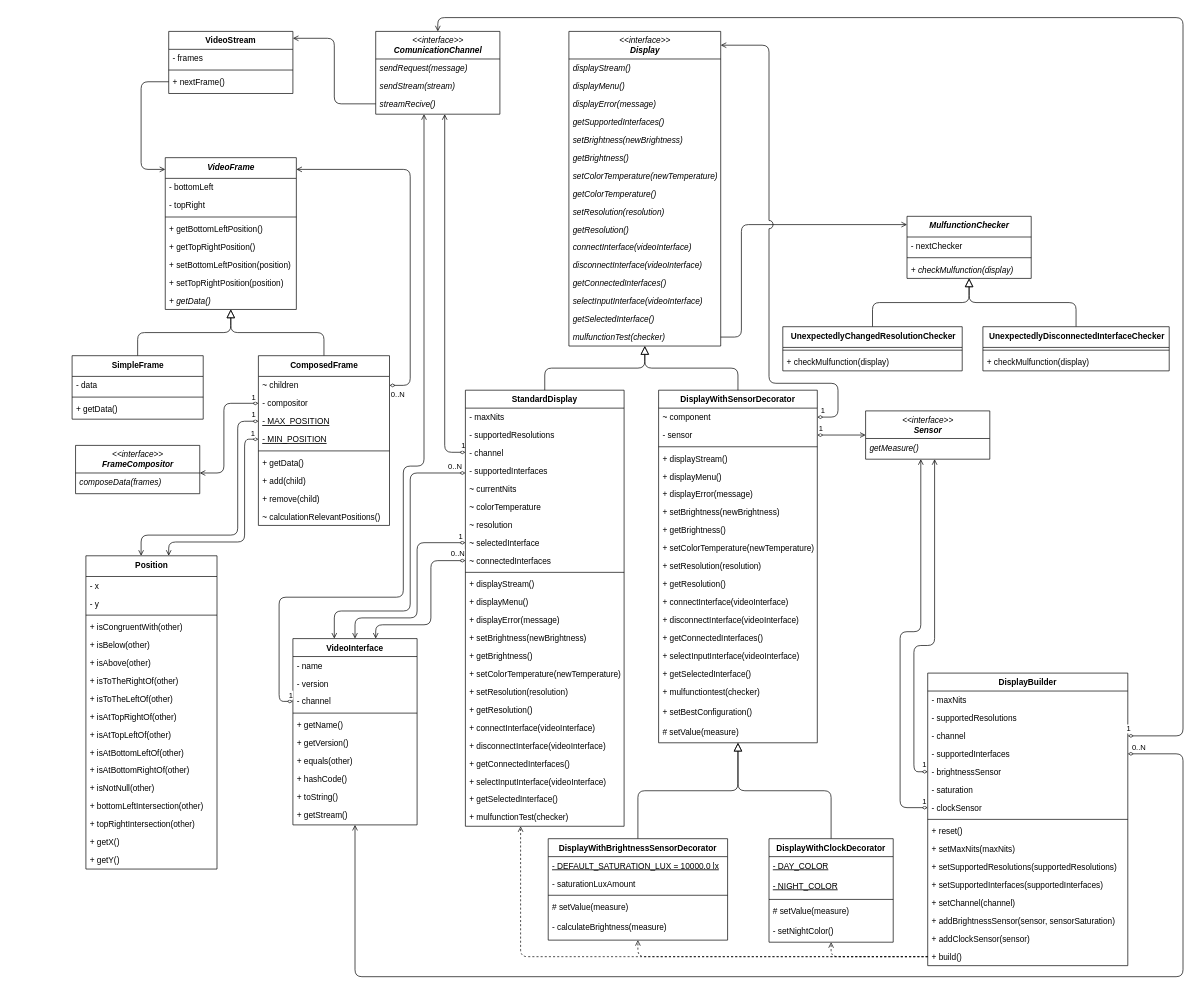
Above: page "NoTypes" (1 of 2) of relazione/diagramma/ClassDiagramm.drawio in dichohnf/mp_2023-24 (draw.io), before the change. Source tidied: cells renumbered, new cells numbered last; positions are measured from the earlier drawing's top-left corner, leaving out a move shared by most shapes. Both pictures are drawn from the tidied source at 69%, with x=0, y=0 at pixel (72, 17).
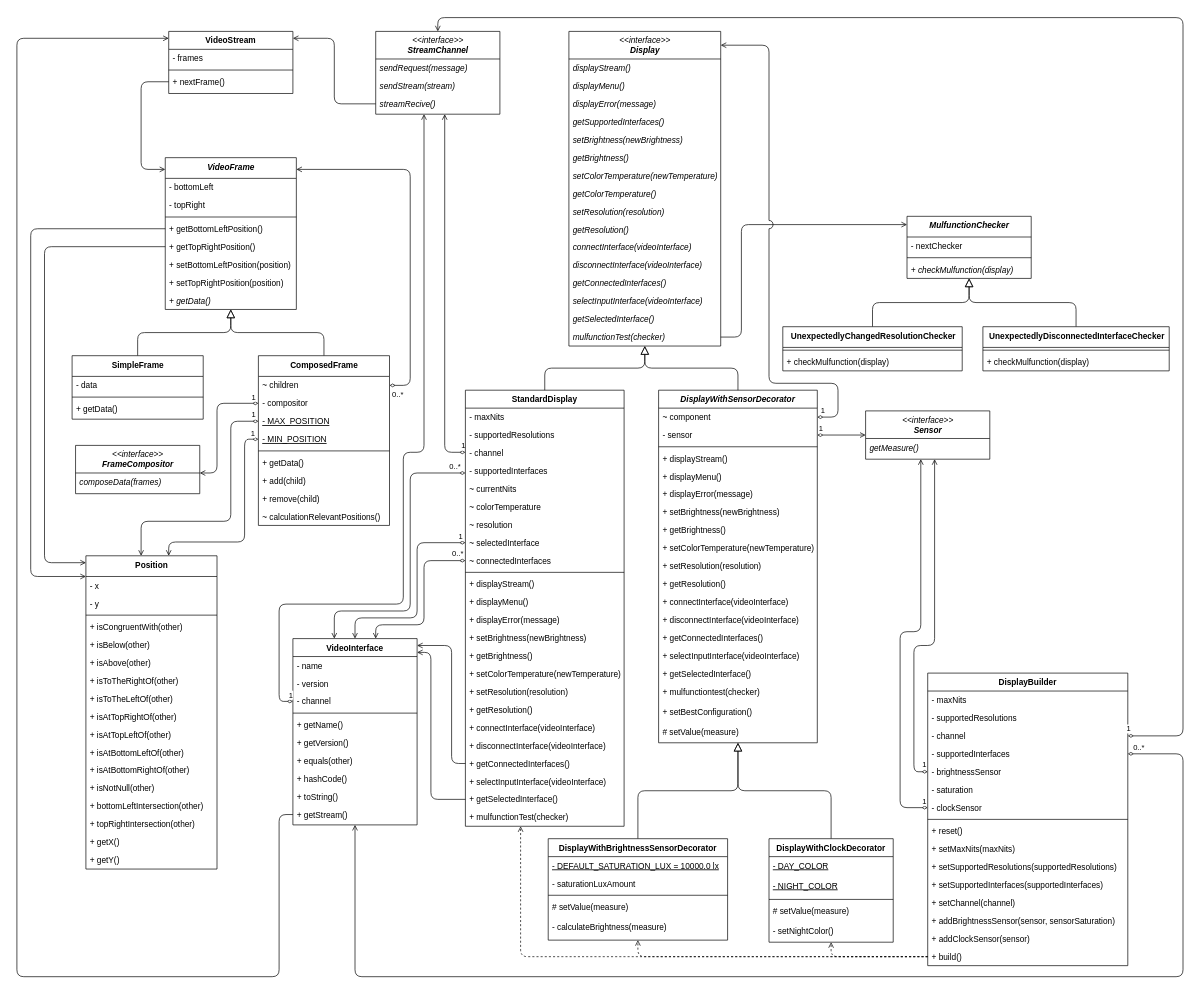
The same diagram, later.

The change refers to these unchanged cells:
```xml
<mxCell id="30" value="~ connectedInterfaces" style="text;align=left;verticalAlign=top;spacingLeft=4;spacingRight=4;overflow=hidden;points=[[0,0.5],[1,0.5]];portConstraint=eastwest;" parent="21" vertex="1">
  <mxGeometry y="234" width="230" height="26" as="geometry" />
</mxCell>
<mxCell id="42" value="+ getConnectedInterfaces()" style="text;align=left;verticalAlign=top;spacingLeft=4;spacingRight=4;overflow=hidden;points=[[0,0.5],[1,0.5]];portConstraint=eastwest;fontStyle=0;" parent="21" vertex="1">
  <mxGeometry y="528" width="230" height="26" as="geometry" />
</mxCell>
<mxCell id="44" value="+ getSelectedInterface()" style="text;align=left;verticalAlign=top;spacingLeft=4;spacingRight=4;overflow=hidden;points=[[0,0.5],[1,0.5]];portConstraint=eastwest;fontStyle=0;" parent="21" vertex="1">
  <mxGeometry y="580" width="230" height="26" as="geometry" />
</mxCell>
<mxCell id="114" value="VideoInterface" style="swimlane;fontStyle=1;align=center;verticalAlign=top;horizontal=1;startSize=26;rounded=0;shadow=0;strokeWidth=1;" parent="1" vertex="1">
  <mxGeometry x="320" y="900" width="180" height="270" as="geometry" />
</mxCell>
<mxCell id="117" value="- channel" style="text;align=left;verticalAlign=top;spacingLeft=4;spacingRight=4;overflow=hidden;points=[[0,0.5],[1,0.5]];portConstraint=eastwest;" parent="114" vertex="1">
  <mxGeometry y="78" width="180" height="26" as="geometry" />
</mxCell>
<mxCell id="124" value="+ getStream()" style="text;align=left;verticalAlign=top;spacingLeft=4;spacingRight=4;overflow=hidden;points=[[0,0.5],[1,0.5]];portConstraint=eastwest;fontStyle=0;" parent="114" vertex="1">
  <mxGeometry y="242" width="180" height="26" as="geometry" />
</mxCell>
<mxCell id="125" style="edgeStyle=orthogonalEdgeStyle;shape=connector;rounded=1;jettySize=auto;elbow=vertical;html=1;shadow=0;strokeColor=default;strokeWidth=1;align=center;verticalAlign=middle;fontFamily=Helvetica;fontSize=11;fontColor=default;labelBackgroundColor=default;startArrow=diamondThin;startFill=0;endArrow=open;endFill=0;endSize=6;curved=0;" parent="1" edge="1" source="25" target="114">
  <mxGeometry relative="1" as="geometry">
    <Array as="points">
      <mxPoint x="490" y="660" />
      <mxPoint x="490" y="860" />
      <mxPoint x="380" y="860" />
    </Array>
  </mxGeometry>
</mxCell>
<mxCell id="131" style="edgeStyle=orthogonalEdgeStyle;shape=connector;curved=0;rounded=1;jettySize=auto;html=1;shadow=0;strokeColor=default;strokeWidth=1;align=center;verticalAlign=middle;fontFamily=Helvetica;fontSize=11;fontColor=default;labelBackgroundColor=default;elbow=vertical;startArrow=diamondThin;startFill=0;endArrow=open;endFill=0;endSize=6;" parent="1" edge="1" source="95" target="114">
  <mxGeometry relative="1" as="geometry">
    <Array as="points">
      <mxPoint x="1610" y="1067" />
      <mxPoint x="1610" y="1390" />
      <mxPoint x="410" y="1390" />
    </Array>
  </mxGeometry>
</mxCell>
<mxCell id="153" value="VideoStream" style="swimlane;fontStyle=1;align=center;verticalAlign=top;horizontal=1;startSize=26;rounded=0;shadow=0;strokeWidth=1;" parent="1" vertex="1">
  <mxGeometry x="140" y="20" width="180" height="90" as="geometry" />
</mxCell>
<mxCell id="161" value="+ getBottomLeftPosition()" style="text;align=left;verticalAlign=top;spacingLeft=4;spacingRight=4;overflow=hidden;points=[[0,0.5],[1,0.5]];portConstraint=eastwest;fontStyle=0;" parent="157" vertex="1">
  <mxGeometry y="90" width="190" height="26" as="geometry" />
</mxCell>
<mxCell id="162" value="+ getTopRightPosition()" style="text;align=left;verticalAlign=top;spacingLeft=4;spacingRight=4;overflow=hidden;points=[[0,0.5],[1,0.5]];portConstraint=eastwest;fontStyle=0;" parent="157" vertex="1">
  <mxGeometry y="116" width="190" height="26" as="geometry" />
</mxCell>
<mxCell id="175" value="- compositor" style="text;align=left;verticalAlign=top;spacingLeft=4;spacingRight=4;overflow=hidden;points=[[0,0.5],[1,0.5]];portConstraint=eastwest;fontStyle=0;" parent="173" vertex="1">
  <mxGeometry y="56" width="190" height="26" as="geometry" />
</mxCell>
<mxCell id="176" value="- MAX_POSITION" style="text;align=left;verticalAlign=top;spacingLeft=4;spacingRight=4;overflow=hidden;points=[[0,0.5],[1,0.5]];portConstraint=eastwest;fontStyle=4;" parent="173" vertex="1">
  <mxGeometry y="82" width="190" height="26" as="geometry" />
</mxCell>
<mxCell id="183" style="edgeStyle=orthogonalEdgeStyle;shape=connector;curved=0;rounded=1;jettySize=auto;html=1;shadow=0;strokeColor=default;strokeWidth=1;align=center;verticalAlign=middle;fontFamily=Helvetica;fontSize=11;fontColor=default;labelBackgroundColor=default;elbow=vertical;startArrow=diamondThin;startFill=0;endArrow=open;endFill=0;endSize=6;" parent="1" edge="1" source="174" target="157">
  <mxGeometry relative="1" as="geometry">
    <Array as="points">
      <mxPoint x="490" y="533" />
      <mxPoint x="490" y="220" />
    </Array>
  </mxGeometry>
</mxCell>
<mxCell id="185" value="&lt;span style=&quot;font-weight: normal;&quot;&gt;&amp;lt;&amp;lt;interface&amp;gt;&amp;gt;&lt;/span&gt;&lt;br&gt;FrameCompositor" style="swimlane;fontStyle=3;align=center;verticalAlign=top;horizontal=1;startSize=40;rounded=0;shadow=0;strokeWidth=1;html=1;" parent="1" vertex="1">
  <mxGeometry x="5" y="620" width="180" height="70" as="geometry" />
</mxCell>
<mxCell id="189" value="&lt;span style=&quot;font-style: normal;&quot;&gt;Position&lt;/span&gt;" style="swimlane;fontStyle=3;align=center;verticalAlign=top;horizontal=1;startSize=30;rounded=0;shadow=0;strokeWidth=1;html=1;" parent="1" vertex="1">
  <mxGeometry x="20" y="780" width="190" height="454" as="geometry" />
</mxCell>
```

Diff of the diagram source:
```diff
@@
-    <mxCell id="47" value="DisplayWithSensorDecorator" style="swimlane;fontStyle=1;align=center;verticalAlign=top;horizontal=1;startSize=26;rounded=0;shadow=0;strokeWidth=1;" parent="1" vertex="1">
+    <mxCell id="47" value="DisplayWithSensorDecorator" style="swimlane;fontStyle=3;align=center;verticalAlign=top;horizontal=1;startSize=26;rounded=0;shadow=0;strokeWidth=1;" parent="1" vertex="1">
       <mxGeometry x="850" y="540" width="230" height="511" as="geometry" />
     </mxCell>
@@
-    <mxCell id="84" value="&lt;span style=&quot;font-weight: normal;&quot;&gt;&amp;lt;&amp;lt;interface&amp;gt;&amp;gt;&lt;/span&gt;&lt;br&gt;ComunicationChannel" style="swimlane;fontStyle=3;align=center;verticalAlign=top;horizontal=1;startSize=40;rounded=0;shadow=0;strokeWidth=1;html=1;" parent="1" vertex="1">
+    <mxCell id="84" value="&lt;span style=&quot;font-weight: normal;&quot;&gt;&amp;lt;&amp;lt;interface&amp;gt;&amp;gt;&lt;/span&gt;&lt;br&gt;StreamChannel" style="swimlane;fontStyle=3;align=center;verticalAlign=top;horizontal=1;startSize=40;rounded=0;shadow=0;strokeWidth=1;html=1;" parent="1" vertex="1">
       <mxGeometry x="440" y="20" width="180" height="120" as="geometry" />
     </mxCell>
@@
-    <mxCell id="126" value="0..N" style="edgeLabel;html=1;align=center;verticalAlign=middle;fontFamily=Helvetica;fontSize=11;fontColor=default;labelBackgroundColor=default;" parent="125" vertex="1">
+    <mxCell id="126" value="0..*" style="edgeLabel;html=1;align=center;verticalAlign=middle;fontFamily=Helvetica;fontSize=11;fontColor=default;labelBackgroundColor=default;" parent="125" vertex="1">
       <mxGeometry x="-0.96" relative="1" as="geometry">
         <mxPoint x="-7" y="-11" as="offset" />
       </mxGeometry>
     </mxCell>
     <mxCell id="127" style="edgeStyle=orthogonalEdgeStyle;shape=connector;rounded=1;jettySize=auto;elbow=vertical;html=1;shadow=0;strokeColor=default;strokeWidth=1;align=center;verticalAlign=middle;fontFamily=Helvetica;fontSize=11;fontColor=default;labelBackgroundColor=default;startArrow=diamondThin;startFill=0;endArrow=open;endFill=0;endSize=6;curved=0;" parent="1" edge="1" source="30" target="114">
       <mxGeometry relative="1" as="geometry">
         <Array as="points">
-          <mxPoint x="520" y="787" />
-          <mxPoint x="520" y="880" />
+          <mxPoint x="510" y="787" />
+          <mxPoint x="510" y="880" />
           <mxPoint x="440" y="880" />
         </Array>
       </mxGeometry>
     </mxCell>
-    <mxCell id="128" value="0..N" style="edgeLabel;html=1;align=center;verticalAlign=middle;fontFamily=Helvetica;fontSize=11;fontColor=default;labelBackgroundColor=default;" parent="127" vertex="1">
+    <mxCell id="128" value="0..*" style="edgeLabel;html=1;align=center;verticalAlign=middle;fontFamily=Helvetica;fontSize=11;fontColor=default;labelBackgroundColor=default;" parent="127" vertex="1">
       <mxGeometry x="-0.93" y="-1" relative="1" as="geometry">
         <mxPoint x="-3" y="-10" as="offset" />
       </mxGeometry>
     </mxCell>
     <mxCell id="129" style="edgeStyle=orthogonalEdgeStyle;shape=connector;curved=0;rounded=1;jettySize=auto;html=1;shadow=0;strokeColor=default;strokeWidth=1;align=center;verticalAlign=middle;fontFamily=Helvetica;fontSize=11;fontColor=default;labelBackgroundColor=default;elbow=vertical;startArrow=diamondThin;startFill=0;endArrow=open;endFill=0;endSize=6;exitX=0;exitY=0.5;exitDx=0;exitDy=0;" parent="1" edge="1" source="117" target="84">
       <mxGeometry relative="1" as="geometry">
         <Array as="points">
           <mxPoint x="300" y="991" />
-          <mxPoint x="300" y="840" />
-          <mxPoint x="480" y="840" />
-          <mxPoint x="480" y="650" />
-          <mxPoint x="510" y="650" />
+          <mxPoint x="300" y="850" />
+          <mxPoint x="480" y="850" />
+          <mxPoint x="480" y="630" />
+          <mxPoint x="510" y="630" />
         </Array>
       </mxGeometry>
     </mxCell>
@@
-    <mxCell id="132" value="0..N" style="edgeLabel;html=1;align=center;verticalAlign=middle;fontFamily=Helvetica;fontSize=11;fontColor=default;labelBackgroundColor=default;" parent="131" vertex="1">
+    <mxCell id="132" value="0..*" style="edgeLabel;html=1;align=center;verticalAlign=middle;fontFamily=Helvetica;fontSize=11;fontColor=default;labelBackgroundColor=default;" parent="131" vertex="1">
       <mxGeometry x="-0.99" y="-2" relative="1" as="geometry">
         <mxPoint x="6" y="-12" as="offset" />
       </mxGeometry>
     </mxCell>
@@
-    <mxCell id="184" value="0..N" style="edgeLabel;html=1;align=center;verticalAlign=middle;fontFamily=Helvetica;fontSize=11;fontColor=default;labelBackgroundColor=default;" parent="183" vertex="1">
+    <mxCell id="184" value="0..*" style="edgeLabel;html=1;align=center;verticalAlign=middle;fontFamily=Helvetica;fontSize=11;fontColor=default;labelBackgroundColor=default;" parent="183" vertex="1">
       <mxGeometry x="-0.98" y="1" relative="1" as="geometry">
         <mxPoint x="6" y="14" as="offset" />
       </mxGeometry>
     </mxCell>
@@
     <mxCell id="187" style="edgeStyle=orthogonalEdgeStyle;shape=connector;curved=0;rounded=1;jettySize=auto;html=1;shadow=0;strokeColor=default;strokeWidth=1;align=center;verticalAlign=middle;fontFamily=Helvetica;fontSize=11;fontColor=default;labelBackgroundColor=default;elbow=vertical;startArrow=diamondThin;startFill=0;endArrow=open;endFill=0;endSize=6;" parent="1" edge="1" source="175" target="185">
       <mxGeometry relative="1" as="geometry">
         <Array as="points">
-          <mxPoint x="220" y="559" />
-          <mxPoint x="220" y="660" />
+          <mxPoint x="210" y="559" />
+          <mxPoint x="210" y="660" />
         </Array>
       </mxGeometry>
     </mxCell>
@@
     <mxCell id="207" style="edgeStyle=orthogonalEdgeStyle;shape=connector;curved=0;rounded=1;jettySize=auto;html=1;shadow=0;strokeColor=default;strokeWidth=1;align=center;verticalAlign=middle;fontFamily=Helvetica;fontSize=11;fontColor=default;labelBackgroundColor=default;elbow=vertical;startArrow=diamondThin;startFill=0;endArrow=open;endFill=0;endSize=6;" parent="1" edge="1" source="176" target="189">
       <mxGeometry relative="1" as="geometry">
         <Array as="points">
-          <mxPoint x="240" y="585" />
-          <mxPoint x="240" y="750" />
-          <mxPoint x="100" y="750" />
+          <mxPoint x="230" y="585" />
+          <mxPoint x="230" y="730" />
+          <mxPoint x="100" y="730" />
         </Array>
       </mxGeometry>
     </mxCell>
@@
+    <mxCell id="211" style="edgeStyle=orthogonalEdgeStyle;rounded=1;jettySize=auto;html=1;shadow=0;strokeColor=default;strokeWidth=1;align=center;verticalAlign=middle;fontFamily=Helvetica;fontSize=11;fontColor=default;labelBackgroundColor=default;elbow=vertical;startArrow=none;startFill=0;endArrow=open;endFill=0;endSize=6;curved=0;" parent="1" edge="1" source="124" target="153">
+      <mxGeometry relative="1" as="geometry">
+        <Array as="points">
+          <mxPoint x="300" y="1155" />
+          <mxPoint x="300" y="1390" />
+          <mxPoint x="-80" y="1390" />
+          <mxPoint x="-80" y="30" />
+        </Array>
+      </mxGeometry>
+    </mxCell>
+    <mxCell id="212" style="edgeStyle=orthogonalEdgeStyle;rounded=1;jettySize=auto;html=1;shadow=0;strokeColor=default;strokeWidth=1;align=center;verticalAlign=middle;fontFamily=Helvetica;fontSize=11;fontColor=default;labelBackgroundColor=default;elbow=vertical;startArrow=none;startFill=0;endArrow=open;endFill=0;endSize=6;curved=0;" parent="1" edge="1" source="161" target="189">
+      <mxGeometry relative="1" as="geometry">
+        <Array as="points">
+          <mxPoint x="-60" y="306" />
+          <mxPoint x="-60" y="810" />
+        </Array>
+      </mxGeometry>
+    </mxCell>
+    <mxCell id="213" style="edgeStyle=orthogonalEdgeStyle;rounded=1;jettySize=auto;html=1;shadow=0;strokeColor=default;strokeWidth=1;align=center;verticalAlign=middle;fontFamily=Helvetica;fontSize=11;fontColor=default;labelBackgroundColor=default;elbow=vertical;startArrow=none;startFill=0;endArrow=open;endFill=0;endSize=6;curved=0;" parent="1" edge="1" source="162" target="189">
+      <mxGeometry relative="1" as="geometry">
+        <Array as="points">
+          <mxPoint x="-40" y="332" />
+          <mxPoint x="-40" y="790" />
+        </Array>
+      </mxGeometry>
+    </mxCell>
+    <mxCell id="214" style="edgeStyle=orthogonalEdgeStyle;rounded=1;jettySize=auto;html=1;shadow=0;strokeColor=default;strokeWidth=1;align=center;verticalAlign=middle;fontFamily=Helvetica;fontSize=11;fontColor=default;labelBackgroundColor=default;elbow=vertical;startArrow=none;startFill=0;endArrow=open;endFill=0;endSize=6;curved=0;" parent="1" edge="1" source="42" target="114">
+      <mxGeometry relative="1" as="geometry">
+        <Array as="points">
+          <mxPoint x="550" y="1081" />
+          <mxPoint x="550" y="910" />
+        </Array>
+      </mxGeometry>
+    </mxCell>
+    <mxCell id="215" style="edgeStyle=orthogonalEdgeStyle;rounded=1;jettySize=auto;html=1;shadow=0;strokeColor=default;strokeWidth=1;align=center;verticalAlign=middle;fontFamily=Helvetica;fontSize=11;fontColor=default;labelBackgroundColor=default;elbow=vertical;startArrow=none;startFill=0;endArrow=open;endFill=0;endSize=6;curved=0;" parent="1" edge="1" source="44" target="114">
+      <mxGeometry relative="1" as="geometry">
+        <Array as="points">
+          <mxPoint x="520" y="1133" />
+          <mxPoint x="520" y="920" />
+        </Array>
+      </mxGeometry>
+    </mxCell>
```
